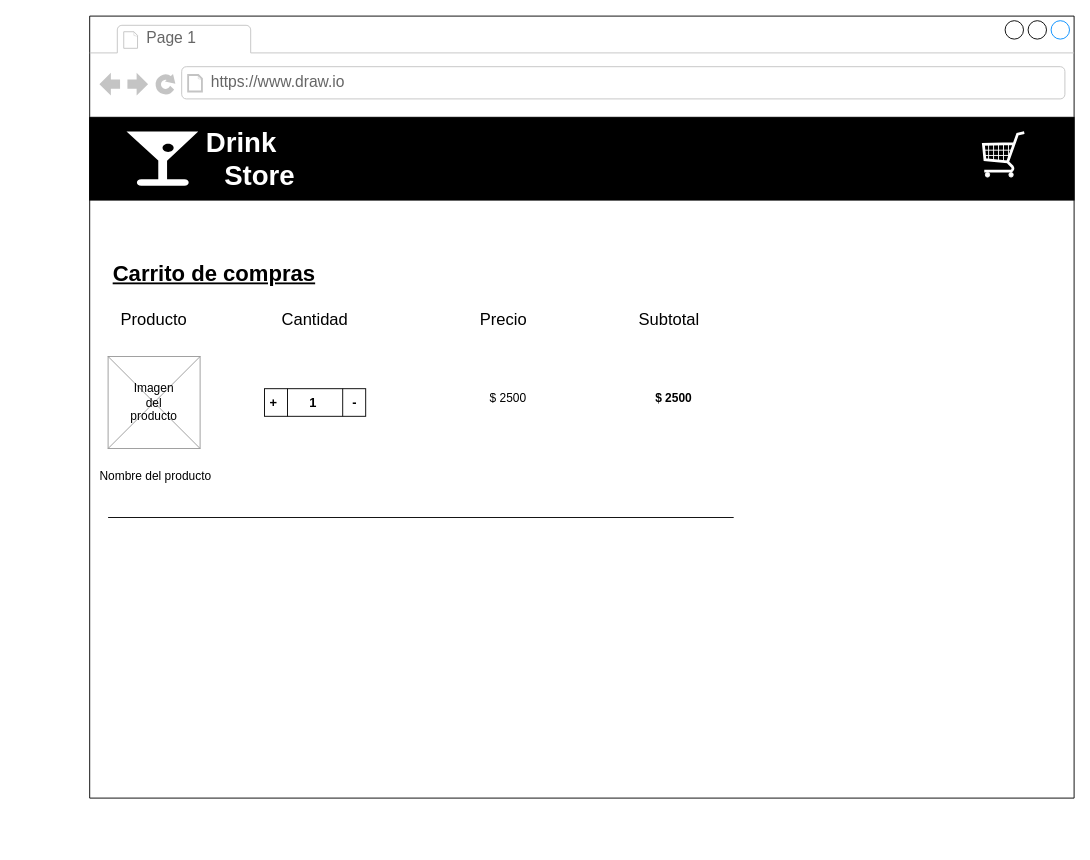
Earlier version of the draw.io diagram Untitled Diagram.drawio (AlejoFlorentin/AleFloren). Source tidied: cells renumbered, new cells numbered last; positions are measured from the earlier drawing's top-left corner, leaving out a move shared by most shapes. Both pictures are drawn from the tidied source at 92%, with x=0, y=0 at pixel (52, 16).
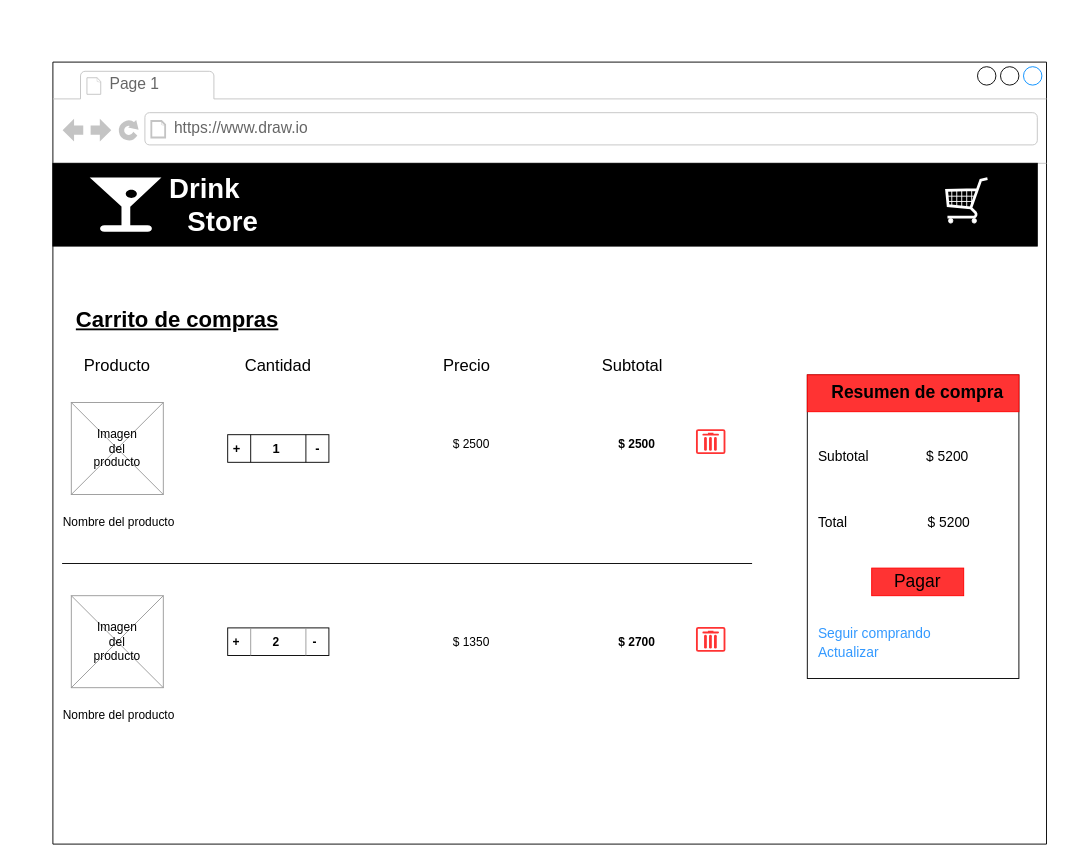
The same diagram, later.

What changed in the source:
```diff
@@
     <mxCell id="2" style="strokeWidth=1;shadow=0;align=center;html=1;shape=mxgraph.mockup.containers.browserWindow;rSize=0;strokeColor2=#008cff;strokeColor3=#c4c4c4;mainText=,;" parent="1" vertex="1">
-      <mxGeometry x="40" width="1070" height="850" as="geometry" />
+      <mxGeometry y="50" width="1080" height="850" as="geometry" />
     </mxCell>
@@
     <mxCell id="23" style="line;strokeWidth=1;html=1;fillColor=#FFFFFF;fontSize=13;fontColor=#000000;" parent="2" vertex="1">
-      <mxGeometry x="20" y="540" width="680" height="10" as="geometry" />
+      <mxGeometry x="10" y="540" width="750" height="10" as="geometry" />
     </mxCell>
+    <mxCell id="25" style="verticalLabelPosition=bottom;shadow=0;dashed=0;verticalAlign=top;strokeWidth=2;html=1;shape=mxgraph.mockup.misc.trashcanIcon;fillColor=#FFFFFF;fontSize=13;fontColor=#000000;strokeColor=#FF3333;" parent="2" vertex="1">
+      <mxGeometry x="700" y="400" width="30" height="25" as="geometry" />
+    </mxCell>
+    <mxCell id="26" style="verticalLabelPosition=bottom;shadow=0;dashed=0;align=center;html=1;verticalAlign=top;strokeWidth=1;shape=mxgraph.mockup.graphics.simpleIcon;strokeColor=#999999;fillColor=#FFFFFF;fontSize=18;fontColor=#FFE599;" parent="2" vertex="1">
+      <mxGeometry x="20" y="580" width="100" height="100" as="geometry" />
+    </mxCell>
+    <mxCell id="27" value="&lt;font color=&quot;#000000&quot; style=&quot;font-size: 13px;&quot;&gt;&amp;nbsp;Nombre del producto&lt;/font&gt;" style="text;html=1;strokeColor=none;fillColor=none;align=center;verticalAlign=middle;whiteSpace=wrap;rounded=0;fontSize=13;fontColor=#FFE599;" parent="2" vertex="1">
+      <mxGeometry y="700" width="140" height="20" as="geometry" />
+    </mxCell>
+    <mxCell id="28" style="rounded=0;whiteSpace=wrap;html=1;strokeColor=#000000;fillColor=#FFFFFF;fontSize=13;fontColor=#000000;" parent="2" vertex="1">
+      <mxGeometry x="190" y="615" width="110" height="30" as="geometry" />
+    </mxCell>
+    <mxCell id="29" value="$ 1350" style="text;html=1;strokeColor=none;fillColor=none;align=center;verticalAlign=middle;whiteSpace=wrap;rounded=0;fontSize=13;fontColor=#000000;" parent="2" vertex="1">
+      <mxGeometry x="430" y="620" width="50" height="20" as="geometry" />
+    </mxCell>
+    <mxCell id="30" value="&lt;b&gt;$ 2700&lt;/b&gt;" style="text;html=1;strokeColor=none;fillColor=none;align=center;verticalAlign=middle;whiteSpace=wrap;rounded=0;fontSize=13;fontColor=#000000;" parent="2" vertex="1">
+      <mxGeometry x="610" y="620" width="50" height="20" as="geometry" />
+    </mxCell>
+    <mxCell id="31" style="verticalLabelPosition=bottom;shadow=0;dashed=0;verticalAlign=top;strokeWidth=2;html=1;shape=mxgraph.mockup.misc.trashcanIcon;fillColor=#FFFFFF;fontSize=13;fontColor=#000000;strokeColor=#FF3333;" parent="2" vertex="1">
+      <mxGeometry x="700" y="615" width="30" height="25" as="geometry" />
+    </mxCell>
+    <mxCell id="32" value="Imagen del producto" style="text;html=1;strokeColor=none;fillColor=none;align=center;verticalAlign=middle;whiteSpace=wrap;rounded=0;fontSize=13;" parent="2" vertex="1">
+      <mxGeometry x="50" y="620" width="40" height="20" as="geometry" />
+    </mxCell>
+    <mxCell id="33" style="verticalLabelPosition=bottom;shadow=0;dashed=0;align=center;html=1;verticalAlign=top;strokeWidth=1;shape=mxgraph.mockup.markup.line;strokeColor=#999999;direction=north;fillColor=#FFFFFF;fontSize=13;fontColor=#000000;" parent="2" vertex="1">
+      <mxGeometry x="265" y="615" width="20" height="30" as="geometry" />
+    </mxCell>
+    <mxCell id="34" style="verticalLabelPosition=bottom;shadow=0;dashed=0;align=center;html=1;verticalAlign=top;strokeWidth=1;shape=mxgraph.mockup.markup.line;strokeColor=#999999;direction=north;fillColor=#FFFFFF;fontSize=13;fontColor=#000000;" parent="2" vertex="1">
+      <mxGeometry x="205" y="615" width="20" height="30" as="geometry" />
+    </mxCell>
+    <mxCell id="35" value="&lt;b&gt;&amp;nbsp;+&amp;nbsp; &amp;nbsp; &amp;nbsp; &amp;nbsp; &amp;nbsp; 2&amp;nbsp; &amp;nbsp; &amp;nbsp; &amp;nbsp; &amp;nbsp; -&lt;/b&gt;" style="text;html=1;strokeColor=none;fillColor=none;align=left;verticalAlign=middle;whiteSpace=wrap;rounded=0;fontSize=13;fontColor=#000000;" parent="2" vertex="1">
+      <mxGeometry x="190" y="620" width="110" height="20" as="geometry" />
+    </mxCell>
+    <mxCell id="36" style="rounded=0;whiteSpace=wrap;html=1;strokeColor=#000000;strokeWidth=1;fillColor=#FFFFFF;fontSize=13;fontColor=#000000;" parent="2" vertex="1">
+      <mxGeometry x="820" y="340" width="230" height="330" as="geometry" />
+    </mxCell>
+    <mxCell id="37" value="&lt;font style=&quot;font-size: 15px&quot;&gt;Subtotal&amp;nbsp; &amp;nbsp; &amp;nbsp; &amp;nbsp; &amp;nbsp; &amp;nbsp; &amp;nbsp; &amp;nbsp;$ 5200&lt;/font&gt;" style="text;html=1;strokeColor=none;fillColor=none;align=left;verticalAlign=middle;whiteSpace=wrap;rounded=0;fontSize=13;fontColor=#000000;" parent="2" vertex="1">
+      <mxGeometry x="830" y="420" width="173" height="15" as="geometry" />
+    </mxCell>
+    <mxCell id="38" value="Total&amp;nbsp; &amp;nbsp; &amp;nbsp; &amp;nbsp; &amp;nbsp; &amp;nbsp; &amp;nbsp; &amp;nbsp; &amp;nbsp; &amp;nbsp; &amp;nbsp;$ 5200" style="text;html=1;strokeColor=none;fillColor=none;align=left;verticalAlign=middle;whiteSpace=wrap;rounded=0;fontSize=15;fontColor=#000000;" parent="2" vertex="1">
+      <mxGeometry x="830" y="490" width="190" height="20" as="geometry" />
+    </mxCell>
+    <mxCell id="39" style="rounded=0;whiteSpace=wrap;html=1;strokeWidth=1;fontSize=15;fontColor=#000000;strokeColor=#FF0000;fillColor=#FF3333;" parent="2" vertex="1">
+      <mxGeometry x="820" y="340" width="230" height="40" as="geometry" />
+    </mxCell>
+    <mxCell id="40" value="Resumen de compra" style="text;html=1;strokeColor=none;fillColor=none;align=center;verticalAlign=middle;whiteSpace=wrap;rounded=0;fontSize=19;fontColor=#000000;fontStyle=1;" parent="2" vertex="1">
+      <mxGeometry x="800" y="350" width="280" height="20" as="geometry" />
+    </mxCell>
+    <mxCell id="41" value="Pagar" style="rounded=0;whiteSpace=wrap;html=1;strokeColor=#FF0000;strokeWidth=1;fillColor=#FF3333;fontSize=19;fontColor=#000000;" parent="2" vertex="1">
+      <mxGeometry x="890" y="550" width="100" height="30" as="geometry" />
+    </mxCell>
+    <mxCell id="42" value="&lt;div&gt;&lt;span style=&quot;font-size: 15px&quot;&gt;&lt;font color=&quot;#3399ff&quot;&gt;Seguir comprando&lt;/font&gt;&lt;/span&gt;&lt;/div&gt;&lt;font style=&quot;font-size: 15px&quot; color=&quot;#3399ff&quot;&gt;&lt;div&gt;&lt;span&gt;Actualizar&lt;/span&gt;&lt;/div&gt;&lt;/font&gt;" style="text;html=1;strokeColor=none;fillColor=none;align=left;verticalAlign=middle;whiteSpace=wrap;rounded=0;fontSize=19;fontColor=#000000;" parent="2" vertex="1">
+      <mxGeometry x="830" y="615" width="200" height="30" as="geometry" />
+    </mxCell>
```
